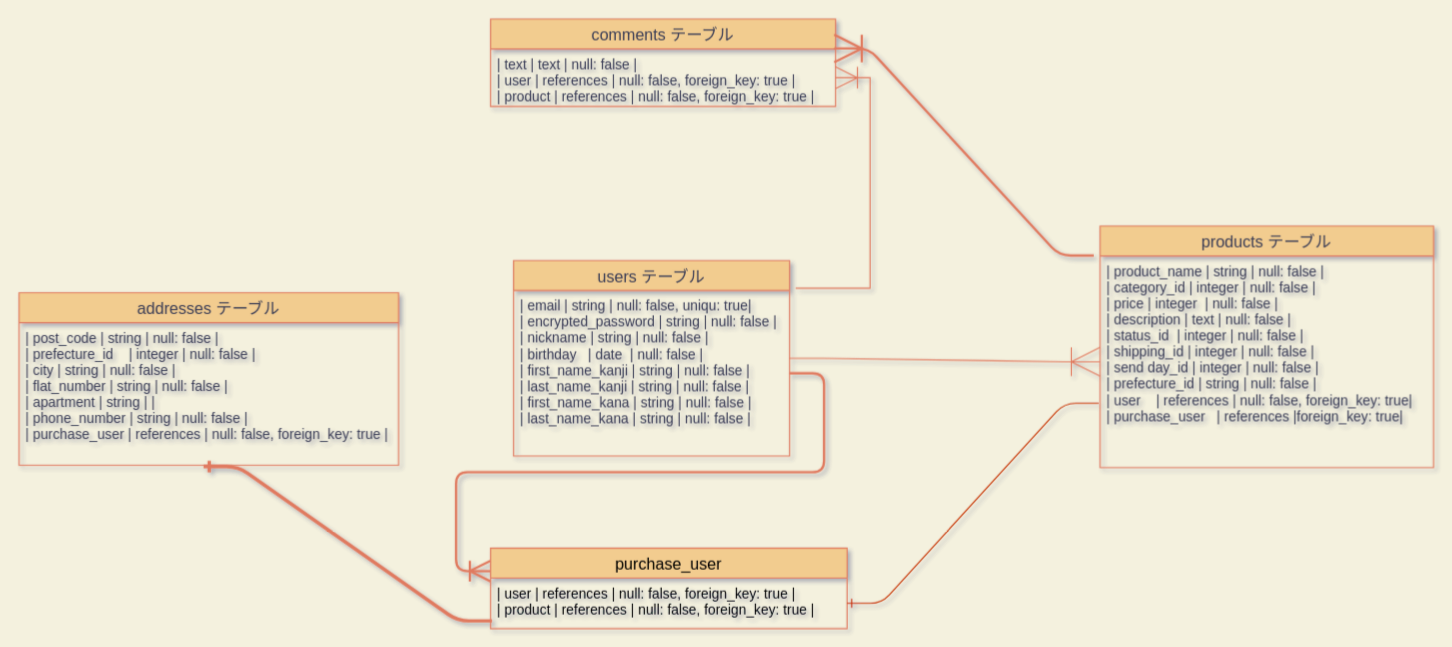
shuntacreative/furima-35714 keeps this draw.io diagram as furima-er.dio. Above is the earlier version. Source tidied: cells renumbered, new cells numbered last; positions are measured from the earlier drawing's top-left corner, leaving out a move shared by most shapes. Both pictures are drawn from the tidied source at 115%, with x=0, y=0 at pixel (18, 18).
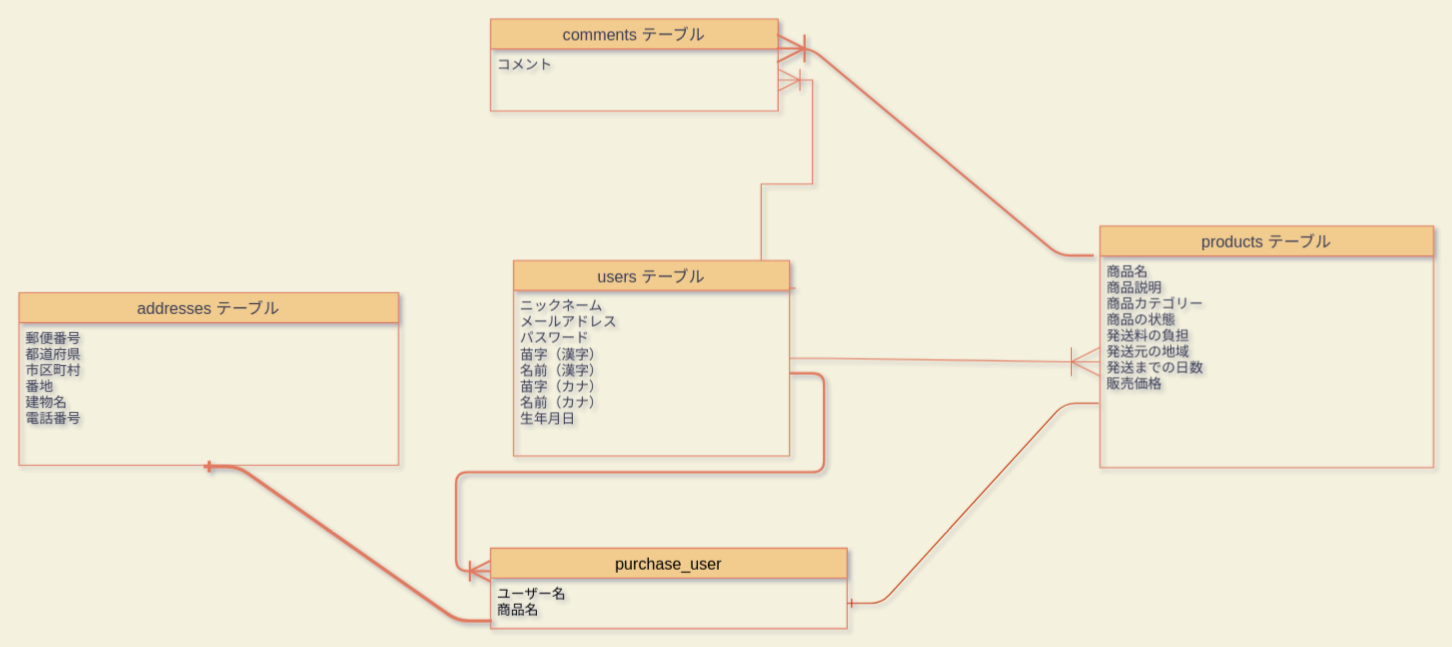
Above is the later version.

Diff of the diagram source:
```diff
@@
 <mxGraphModel background="#F4F1DE" shadow="1">
   <root>
     <mxCell id="0" />
     <mxCell id="1" parent="0" />
     <mxCell id="2" value="products テーブル" style="swimlane;fontStyle=0;horizontal=1;startSize=26;align=center;fontSize=14;fillColor=#F2CC8F;strokeColor=#E07A5F;fontColor=#393C56;" parent="1" vertex="1">
       <mxGeometry x="940" y="180" width="290" height="210" as="geometry" />
     </mxCell>
-    <mxCell id="3" value="| product_name    | string | null: false                   |&#10;| category_id | integer | null: false                   |&#10;| price           | integer  | null: false                   |&#10;| description     | text       | null: false                   |&#10;| status_id  | integer | null: false                   |&#10;| shipping_id | integer | null: false                   |&#10;| send day_id | integer | null: false                   |&#10;| prefecture_id | string     | null: false                   |&#10;| user    | references | null: false, foreign_key: true|&#10;| purchase_user   | references |foreign_key: true|&#10;" style="text;strokeColor=none;fillColor=none;spacingLeft=4;spacingRight=4;overflow=hidden;points=[[0,0.5],[1,0.5]];portConstraint=eastwest;fontSize=12;fontColor=#393C56;" parent="2" vertex="1">
+    <mxCell id="3" value="商品名&#10;商品説明&#10;商品カテゴリー&#10;商品の状態&#10;発送料の負担&#10;発送元の地域&#10;発送までの日数&#10;販売価格&#10;" style="text;strokeColor=none;fillColor=none;spacingLeft=4;spacingRight=4;overflow=hidden;points=[[0,0.5],[1,0.5]];portConstraint=eastwest;fontSize=12;fontColor=#393C56;" parent="2" vertex="1">
       <mxGeometry y="26" width="290" height="184" as="geometry" />
     </mxCell>
     <mxCell id="4" value="comments テーブル" style="swimlane;fontStyle=0;horizontal=1;startSize=26;align=center;fontSize=14;fillColor=#F2CC8F;strokeColor=#E07A5F;fontColor=#393C56;" parent="1" vertex="1">
-      <mxGeometry x="410" width="300" height="76" as="geometry" />
+      <mxGeometry x="410" width="250" height="80" as="geometry" />
     </mxCell>
-    <mxCell id="5" value="| text          | text       | null: false                    |&#10;| user          | references | null: false, foreign_key: true |&#10;| product       | references | null: false, foreign_key: true |" style="text;strokeColor=none;fillColor=none;spacingLeft=4;spacingRight=4;overflow=hidden;points=[[0,0.5],[1,0.5]];portConstraint=eastwest;fontSize=12;fontColor=#393C56;" parent="4" vertex="1">
-      <mxGeometry y="26" width="300" height="50" as="geometry" />
+    <mxCell id="5" value="コメント" style="text;strokeColor=none;fillColor=none;spacingLeft=4;spacingRight=4;overflow=hidden;points=[[0,0.5],[1,0.5]];portConstraint=eastwest;fontSize=12;fontColor=#393C56;" parent="4" vertex="1">
+      <mxGeometry y="26" width="250" height="54" as="geometry" />
     </mxCell>
     <mxCell id="6" value="addresses テーブル" style="swimlane;fontStyle=0;horizontal=1;startSize=26;align=center;fontSize=14;fillColor=#F2CC8F;strokeColor=#E07A5F;fontColor=#393C56;" parent="1" vertex="1">
       <mxGeometry y="238" width="330" height="150" as="geometry" />
     </mxCell>
-    <mxCell id="7" value="| post_code        | string | null: false                    |&#10;| prefecture_id    | integer | null: false                    |&#10;| city             | string     | null: false                    | &#10;| flat_number      | string | null: false                    | &#10;| apartment        | string     |                                |&#10;| phone_number     | string | null: false                    |&#10;| purchase_user             | references | null: false, foreign_key: true |" style="text;strokeColor=none;fillColor=none;spacingLeft=4;spacingRight=4;overflow=hidden;points=[[0,0.5],[1,0.5]];portConstraint=eastwest;fontSize=12;fontColor=#393C56;" parent="6" vertex="1">
+    <mxCell id="7" value="郵便番号&#10;都道府県&#10;市区町村&#10;番地&#10;建物名&#10;電話番号" style="text;strokeColor=none;fillColor=none;spacingLeft=4;spacingRight=4;overflow=hidden;points=[[0,0.5],[1,0.5]];portConstraint=eastwest;fontSize=12;fontColor=#393C56;" parent="6" vertex="1">
       <mxGeometry y="26" width="330" height="124" as="geometry" />
     </mxCell>
     <mxCell id="8" style="edgeStyle=entityRelationEdgeStyle;fontSize=12;html=1;endArrow=ERoneToMany;entryX=0;entryY=0.5;entryDx=0;entryDy=0;rounded=0;strokeColor=#E07A5F;fontColor=#393C56;labelBackgroundColor=#F4F1DE;endSize=23;" parent="1" edge="1" source="10" target="3">
       <mxGeometry relative="1" as="geometry" />
     </mxCell>
     <mxCell id="9" style="edgeStyle=entityRelationEdgeStyle;fontSize=12;html=1;endArrow=ERoneToMany;rounded=0;exitX=1.022;exitY=-0.014;exitDx=0;exitDy=0;exitPerimeter=0;strokeColor=#E07A5F;fontColor=#393C56;labelBackgroundColor=#F4F1DE;endSize=17;" parent="1" edge="1" source="11" target="5">
       <mxGeometry relative="1" as="geometry" />
     </mxCell>
     <mxCell id="10" value="users テーブル" style="swimlane;fontStyle=0;horizontal=1;startSize=26;align=center;fontSize=14;fillColor=#F2CC8F;strokeColor=#E07A5F;fontColor=#393C56;" parent="1" vertex="1">
       <mxGeometry x="430" y="210" width="240" height="170" as="geometry" />
     </mxCell>
-    <mxCell id="11" value="| email            | string  | null: false, uniqu: true|&#10;| encrypted_password | string  | null: false |&#10;| nickname         | string  | null: false |&#10;| birthday   | date  | null: false |&#10;| first_name_kanji | string  | null: false |&#10;| last_name_kanji  | string  | null: false |&#10;| first_name_kana  | string  | null: false |&#10;| last_name_kana   | string  | null: false |&#10;" style="text;strokeColor=none;fillColor=none;spacingLeft=4;spacingRight=4;overflow=hidden;points=[[0,0.5],[1,0.5]];portConstraint=eastwest;fontSize=12;fontColor=#393C56;" parent="10" vertex="1">
+    <mxCell id="11" value="ニックネーム&#10;メールアドレス&#10;パスワード&#10;苗字（漢字）&#10;名前（漢字）&#10;苗字（カナ）&#10;名前（カナ）&#10;生年月日" style="text;strokeColor=none;fillColor=none;spacingLeft=4;spacingRight=4;overflow=hidden;points=[[0,0.5],[1,0.5]];portConstraint=eastwest;fontSize=12;fontColor=#393C56;" parent="10" vertex="1">
       <mxGeometry y="26" width="240" height="144" as="geometry" />
     </mxCell>
     <mxCell id="12" value="purchase_user" style="swimlane;fontStyle=0;horizontal=1;startSize=26;align=center;fontSize=14;rounded=0;sketch=0;strokeColor=#E07A5F;fillColor=#F2CC8F;fontColor=#000000;" parent="1" vertex="1">
       <mxGeometry x="410" y="460" width="310" height="70" as="geometry" />
     </mxCell>
-    <mxCell id="13" value="| user             | references | null: false, foreign_key: true |&#10;| product          | references | null: false, foreign_key: true |" style="text;strokeColor=none;fillColor=none;spacingLeft=4;spacingRight=4;overflow=hidden;points=[[0,0.5],[1,0.5]];portConstraint=eastwest;fontSize=12;fontColor=#000000;" parent="12" vertex="1">
+    <mxCell id="13" value="ユーザー名&#10;商品名" style="text;strokeColor=none;fillColor=none;spacingLeft=4;spacingRight=4;overflow=hidden;points=[[0,0.5],[1,0.5]];portConstraint=eastwest;fontSize=12;fontColor=#000000;" parent="12" vertex="1">
       <mxGeometry y="26" width="310" height="44" as="geometry" />
     </mxCell>
     <mxCell id="14" style="edgeStyle=entityRelationEdgeStyle;fontSize=12;html=1;endArrow=ERoneToMany;strokeColor=#E07A5F;strokeWidth=2;fillColor=#F2CC8F;entryX=0.996;entryY=-0.009;entryDx=0;entryDy=0;entryPerimeter=0;exitX=-0.019;exitY=-0.002;exitDx=0;exitDy=0;exitPerimeter=0;endSize=21;" parent="1" edge="1" source="3" target="5">
       <mxGeometry relative="1" as="geometry" />
     </mxCell>
     <mxCell id="15" style="edgeStyle=entityRelationEdgeStyle;fontSize=12;html=1;endArrow=ERoneToMany;strokeColor=#E07A5F;strokeWidth=2;fillColor=#F2CC8F;endSize=15;" parent="1" edge="1" source="11">
       <mxGeometry relative="1" as="geometry">
         <mxPoint x="410" y="480" as="targetPoint" />
       </mxGeometry>
     </mxCell>
     <mxCell id="16" style="edgeStyle=entityRelationEdgeStyle;fontSize=12;html=1;endArrow=ERone;endFill=1;strokeColor=#E07A5F;strokeWidth=3;fillColor=#F2CC8F;exitX=0.004;exitY=0.848;exitDx=0;exitDy=0;exitPerimeter=0;entryX=0.486;entryY=1.009;entryDx=0;entryDy=0;entryPerimeter=0;" parent="1" edge="1" source="13" target="7">
       <mxGeometry relative="1" as="geometry" />
     </mxCell>
     <mxCell id="17" style="edgeStyle=entityRelationEdgeStyle;fontSize=12;html=1;endArrow=ERone;endFill=1;exitX=-0.004;exitY=0.696;exitDx=0;exitDy=0;exitPerimeter=0;fillColor=#fa6800;strokeColor=#C73500;" parent="1" edge="1" source="3" target="13">
       <mxGeometry relative="1" as="geometry" />
     </mxCell>
   </root>
 </mxGraphModel>
```
